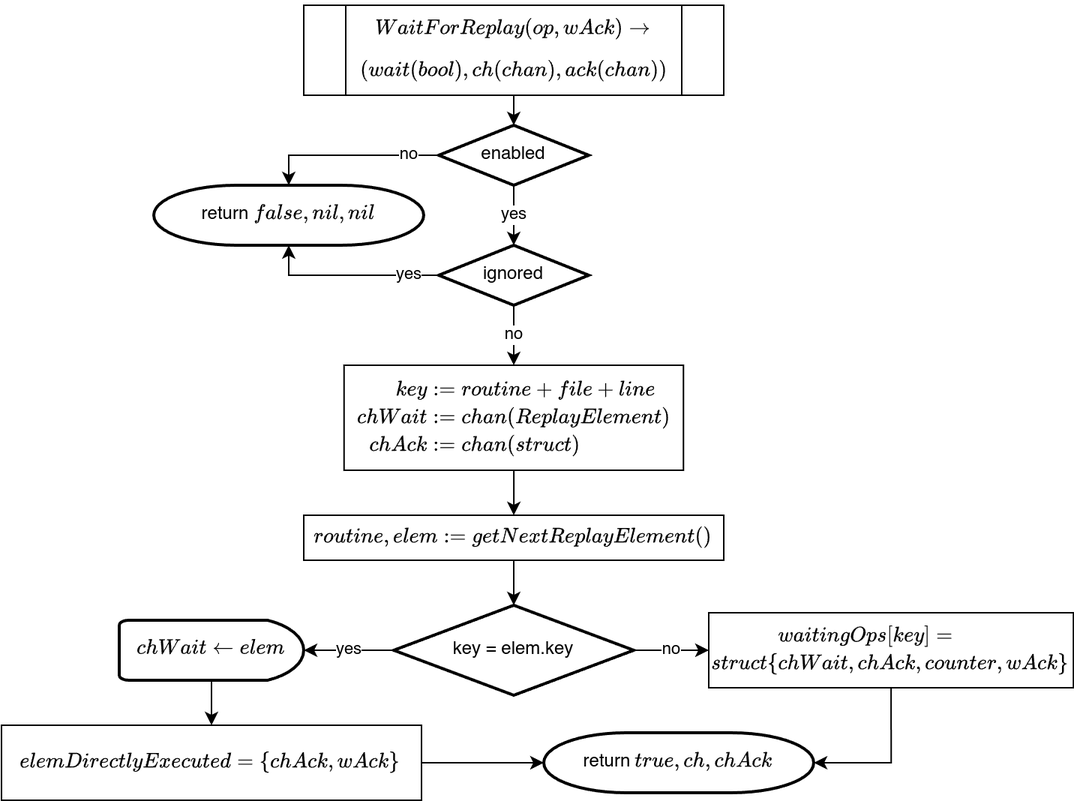
This is doc/img/waitForReplay.png from ErikKassubek/ADVOCATE, a draw.io export, as it was before one commit. Source tidied: cells renumbered, new cells last; positions are measured from the earlier drawing's top-left corner, leaving out a move shared by most shapes.
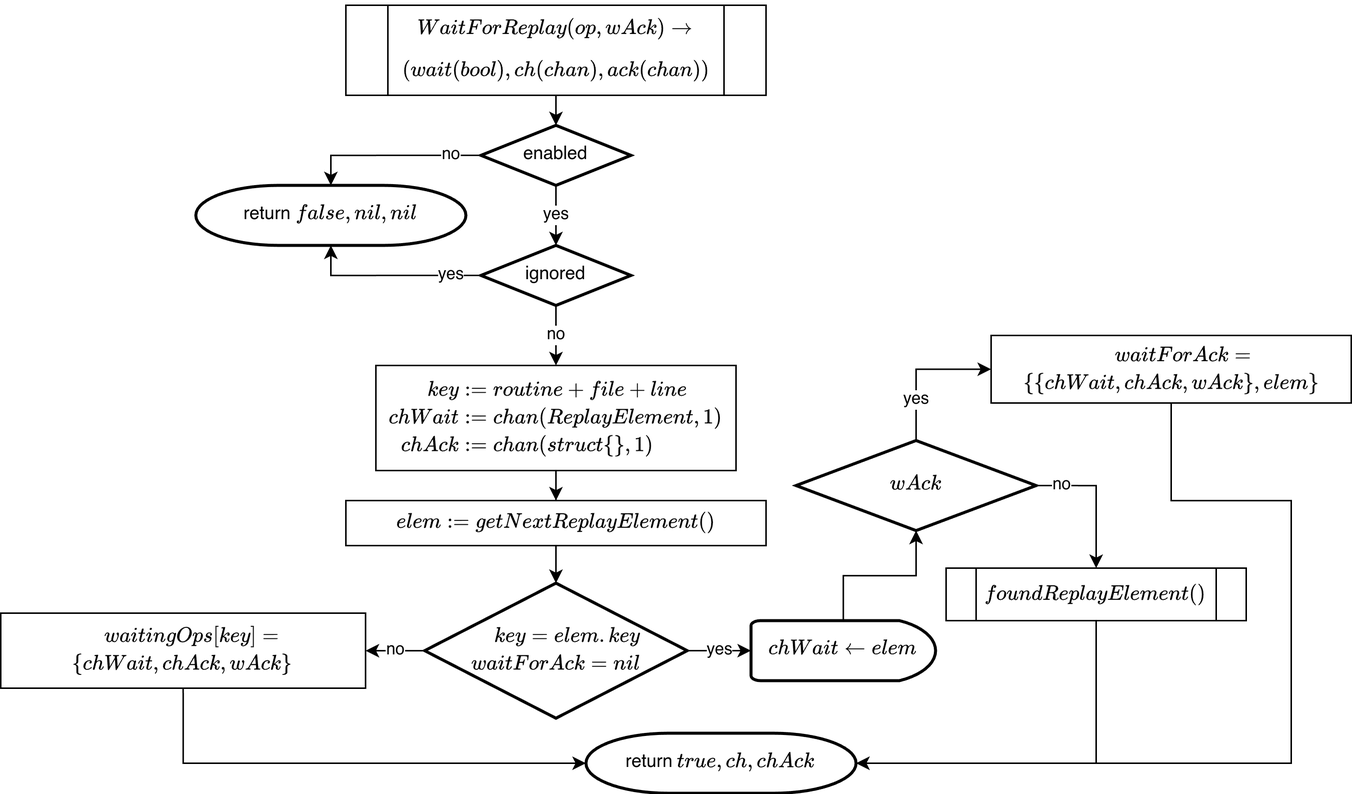
Later version of the same file.

The edit, as a diff of the source:
```diff
@@ -29,8 +29,8 @@
     <mxCell id="10" value="yes" style="edgeStyle=orthogonalEdgeStyle;rounded=0;jettySize=auto;html=1;exitX=0;exitY=0.5;exitDx=0;exitDy=0;exitPerimeter=0;entryX=0.5;entryY=1;entryDx=0;entryDy=0;entryPerimeter=0;" parent="1" edge="1" source="7" target="8">
       <mxGeometry x="-0.67" relative="1" as="geometry" />
     </mxCell>
-    <mxCell id="11" value="\[\begin{align}key &amp;amp;:= routine + file + line\\chWait &amp;amp;:= chan(ReplayElement)\\chAck &amp;amp;:= chan(struct{})\end{align}\]" style="rounded=0;whiteSpace=wrap;html=1;" parent="1" vertex="1">
-      <mxGeometry x="228.9" y="240" width="226.2" height="70" as="geometry" />
+    <mxCell id="11" value="\[\begin{align}key &amp;amp;:= routine + file + line\\chWait &amp;amp;:= chan(ReplayElement, 1)\\chAck &amp;amp;:= chan(struct\{\}, 1)\end{align}\]" style="rounded=0;whiteSpace=wrap;html=1;" parent="1" vertex="1">
+      <mxGeometry x="222" y="240" width="240" height="70" as="geometry" />
     </mxCell>
     <mxCell id="12" style="edgeStyle=orthogonalEdgeStyle;rounded=0;jettySize=auto;html=1;entryX=0.5;entryY=0;entryDx=0;entryDy=0;entryPerimeter=0;" parent="1" edge="1" source="18" target="16">
       <mxGeometry relative="1" as="geometry" />
@@ -38,38 +38,64 @@
     <mxCell id="13" value="return \(true, ch, chAck\)" style="strokeWidth=2;html=1;shape=mxgraph.flowchart.terminator;whiteSpace=wrap;" parent="1" vertex="1">
       <mxGeometry x="362" y="485" width="180" height="40" as="geometry" />
     </mxCell>
-    <mxCell id="14" value="\[\begin{align}&amp;amp;waitingOps[key] =\\struct\{&amp;amp;chWait, chAck, counter, wAck\}\end{align}\]" style="rounded=0;whiteSpace=wrap;html=1;" parent="1" vertex="1">
-      <mxGeometry x="472" y="405" width="243.1" height="50" as="geometry" />
+    <mxCell id="14" value="\[\begin{align}&amp;amp;waitingOps[key] =\\\{ch&amp;amp;Wait, chAck, wAck\}\end{align}\]" style="rounded=0;whiteSpace=wrap;html=1;" parent="1" vertex="1">
+      <mxGeometry x="-28" y="405" width="243.1" height="50" as="geometry" />
     </mxCell>
-    <mxCell id="15" value="no" style="edgeStyle=orthogonalEdgeStyle;rounded=0;jettySize=auto;html=1;exitX=1;exitY=0.5;exitDx=0;exitDy=0;exitPerimeter=0;entryX=0;entryY=0.5;entryDx=0;entryDy=0;" parent="1" edge="1" source="16" target="14">
+    <mxCell id="15" value="no" style="edgeStyle=orthogonalEdgeStyle;rounded=0;jettySize=auto;html=1;" parent="1" edge="1" source="16" target="14">
       <mxGeometry relative="1" as="geometry" />
     </mxCell>
-    <mxCell id="16" value="key = elem.key" style="strokeWidth=2;html=1;shape=mxgraph.flowchart.decision;whiteSpace=wrap;" parent="1" vertex="1">
-      <mxGeometry x="262" y="400" width="160" height="60" as="geometry" />
+    <mxCell id="16" value="\[\begin{align}key = elem.key\\waitForAck = nil\end{align}\]" style="strokeWidth=2;html=1;shape=mxgraph.flowchart.decision;whiteSpace=wrap;" parent="1" vertex="1">
+      <mxGeometry x="254.5" y="385" width="175" height="90" as="geometry" />
     </mxCell>
     <mxCell id="17" style="edgeStyle=orthogonalEdgeStyle;rounded=0;jettySize=auto;html=1;entryX=0.5;entryY=0;entryDx=0;entryDy=0;entryPerimeter=0;" parent="1" edge="1" source="11" target="18">
       <mxGeometry relative="1" as="geometry" />
     </mxCell>
-    <mxCell id="18" value="\[routine, elem := getNextReplayElement()\]" style="rounded=0;whiteSpace=wrap;html=1;" parent="1" vertex="1">
-      <mxGeometry x="202" y="340" width="280" height="30" as="geometry" />
+    <mxCell id="18" value="\[elem := getNextReplayElement()\]" style="rounded=0;whiteSpace=wrap;html=1;" parent="1" vertex="1">
+      <mxGeometry x="202" y="330" width="280" height="30" as="geometry" />
     </mxCell>
+    <mxCell id="21" style="edgeStyle=orthogonalEdgeStyle;rounded=0;jettySize=auto;html=1;exitX=0.5;exitY=1;exitDx=0;exitDy=0;entryX=0;entryY=0.5;entryDx=0;entryDy=0;entryPerimeter=0;" parent="1" edge="1" source="14" target="13">
+      <mxGeometry relative="1" as="geometry" />
+    </mxCell>
+    <mxCell id="25" value="yes" style="edgeStyle=orthogonalEdgeStyle;rounded=0;jettySize=auto;html=1;exitX=0.5;exitY=0;exitDx=0;exitDy=0;exitPerimeter=0;entryX=0;entryY=0.5;entryDx=0;entryDy=0;" parent="1" edge="1" source="27" target="29">
+      <mxGeometry x="-0.45" relative="1" as="geometry" />
+    </mxCell>
+    <mxCell id="26" value="no" style="edgeStyle=orthogonalEdgeStyle;rounded=0;jettySize=auto;html=1;exitX=1;exitY=0.5;exitDx=0;exitDy=0;exitPerimeter=0;entryX=0.5;entryY=0;entryDx=0;entryDy=0;" parent="1" edge="1" source="27" target="31">
+      <mxGeometry x="-0.65" relative="1" as="geometry" />
+    </mxCell>
+    <mxCell id="27" value="\(wAck\)" style="strokeWidth=2;html=1;shape=mxgraph.flowchart.decision;whiteSpace=wrap;" parent="1" vertex="1">
+      <mxGeometry x="502" y="290" width="160" height="60" as="geometry" />
+    </mxCell>
+    <mxCell id="28" style="edgeStyle=orthogonalEdgeStyle;rounded=0;jettySize=auto;html=1;exitX=0.5;exitY=1;exitDx=0;exitDy=0;endArrow=none;startFill=0;" parent="1" edge="1" source="29">
+      <mxGeometry relative="1" as="geometry">
+        <mxPoint x="702" y="505" as="targetPoint" />
+        <Array as="points">
+          <mxPoint x="752" y="330" />
+          <mxPoint x="832" y="330" />
+          <mxPoint x="832" y="505" />
+        </Array>
+      </mxGeometry>
+    </mxCell>
+    <mxCell id="29" value="\[\begin{align}&amp;amp;waitForAck = \\\{\{chWait&amp;amp;, chAck, wAck\},elem\}\end{align}\]" style="rounded=0;whiteSpace=wrap;html=1;" parent="1" vertex="1">
+      <mxGeometry x="632" y="220" width="240" height="45" as="geometry" />
+    </mxCell>
+    <mxCell id="30" style="edgeStyle=orthogonalEdgeStyle;rounded=0;jettySize=auto;html=1;exitX=0.5;exitY=0;exitDx=0;exitDy=0;exitPerimeter=0;entryX=0.5;entryY=1;entryDx=0;entryDy=0;entryPerimeter=0;" parent="1" edge="1" source="19" target="27">
+      <mxGeometry relative="1" as="geometry" />
+    </mxCell>
+    <mxCell id="31" value="\(foundReplayElement()\)" style="shape=process;whiteSpace=wrap;html=1;backgroundOutline=1;" parent="1" vertex="1">
+      <mxGeometry x="602" y="375" width="200" height="35" as="geometry" />
+    </mxCell>
+    <mxCell id="20" value="yes" style="edgeStyle=orthogonalEdgeStyle;rounded=0;jettySize=auto;html=1;exitX=1;exitY=0.5;exitDx=0;exitDy=0;exitPerimeter=0;entryX=0;entryY=0.5;entryDx=0;entryDy=0;entryPerimeter=0;" parent="1" edge="1" source="16" target="19">
+      <mxGeometry relative="1" as="geometry" />
+    </mxCell>
     <mxCell id="19" value="\(chWait \gets elem\)" style="strokeWidth=2;html=1;shape=mxgraph.flowchart.delay;whiteSpace=wrap;" parent="1" vertex="1">
-      <mxGeometry x="79" y="410" width="123" height="40" as="geometry" />
+      <mxGeometry x="472" y="410" width="123" height="40" as="geometry" />
     </mxCell>
-    <mxCell id="20" value="yes" style="edgeStyle=orthogonalEdgeStyle;rounded=0;jettySize=auto;html=1;exitX=0;exitY=0.5;exitDx=0;exitDy=0;exitPerimeter=0;entryX=1;entryY=0.5;entryDx=0;entryDy=0;entryPerimeter=0;" parent="1" edge="1" source="16" target="19">
-      <mxGeometry relative="1" as="geometry" />
-    </mxCell>
-    <mxCell id="21" style="edgeStyle=orthogonalEdgeStyle;rounded=0;jettySize=auto;html=1;exitX=0.5;exitY=1;exitDx=0;exitDy=0;entryX=1;entryY=0.5;entryDx=0;entryDy=0;entryPerimeter=0;" parent="1" edge="1" source="14" target="13">
-      <mxGeometry relative="1" as="geometry" />
-    </mxCell>
-    <mxCell id="22" style="edgeStyle=orthogonalEdgeStyle;rounded=0;jettySize=auto;html=1;exitX=1;exitY=0.5;exitDx=0;exitDy=0;entryX=0;entryY=0.5;entryDx=0;entryDy=0;entryPerimeter=0;" parent="1" edge="1" source="24" target="13">
-      <mxGeometry relative="1" as="geometry" />
-    </mxCell>
-    <mxCell id="23" style="edgeStyle=orthogonalEdgeStyle;rounded=0;jettySize=auto;html=1;exitX=0.5;exitY=1;exitDx=0;exitDy=0;exitPerimeter=0;entryX=0.5;entryY=0;entryDx=0;entryDy=0;" parent="1" edge="1" source="19" target="24">
-      <mxGeometry relative="1" as="geometry" />
-    </mxCell>
-    <mxCell id="24" value="\[elemDirectlyExecuted = \{chAck, wAck\}\]" style="rounded=0;whiteSpace=wrap;html=1;" parent="1" vertex="1">
-      <mxGeometry x="0.5" y="480" width="280" height="50" as="geometry" />
-    </mxCell>
+    <mxCell id="32" style="edgeStyle=orthogonalEdgeStyle;rounded=0;jettySize=auto;html=1;exitX=0.5;exitY=1;exitDx=0;exitDy=0;entryX=1;entryY=0.5;entryDx=0;entryDy=0;entryPerimeter=0;" parent="1" edge="1" source="31" target="13">
+      <mxGeometry relative="1" as="geometry">
+        <Array as="points">
+          <mxPoint x="702" y="505" />
+        </Array>
+      </mxGeometry>
+    </mxCell>
   </root>
 </mxGraphModel>
```
